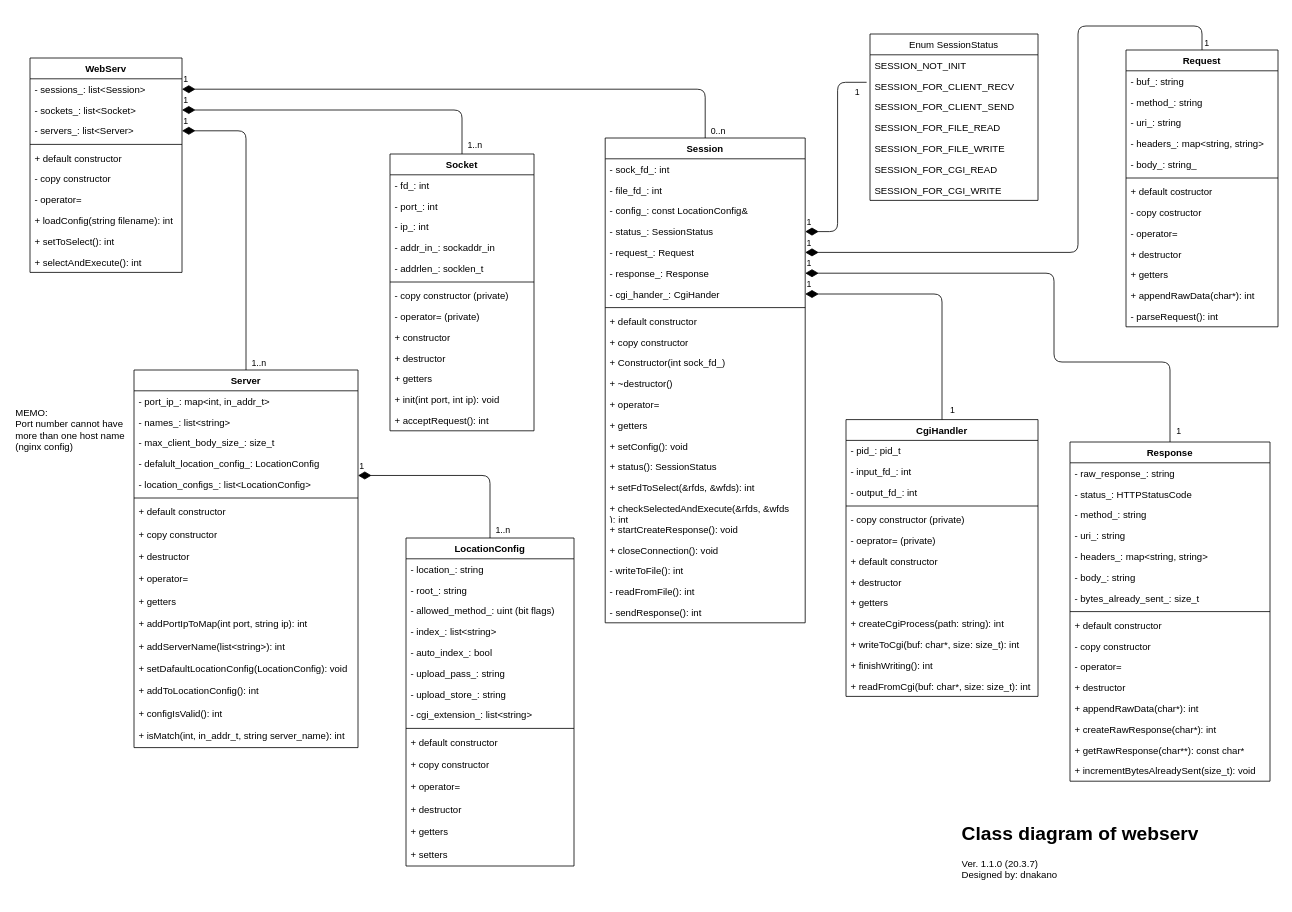
Earlier version of the draw.io diagram page "ページ1" (1 of 2) of arch/class.dio (dai65527/webserv). Source tidied: cells renumbered, new cells numbered last; positions are measured from the earlier drawing's top-left corner, leaving out a move shared by most shapes. Both pictures are drawn from the tidied source at 80%, with x=0, y=0 at pixel (14, 26).
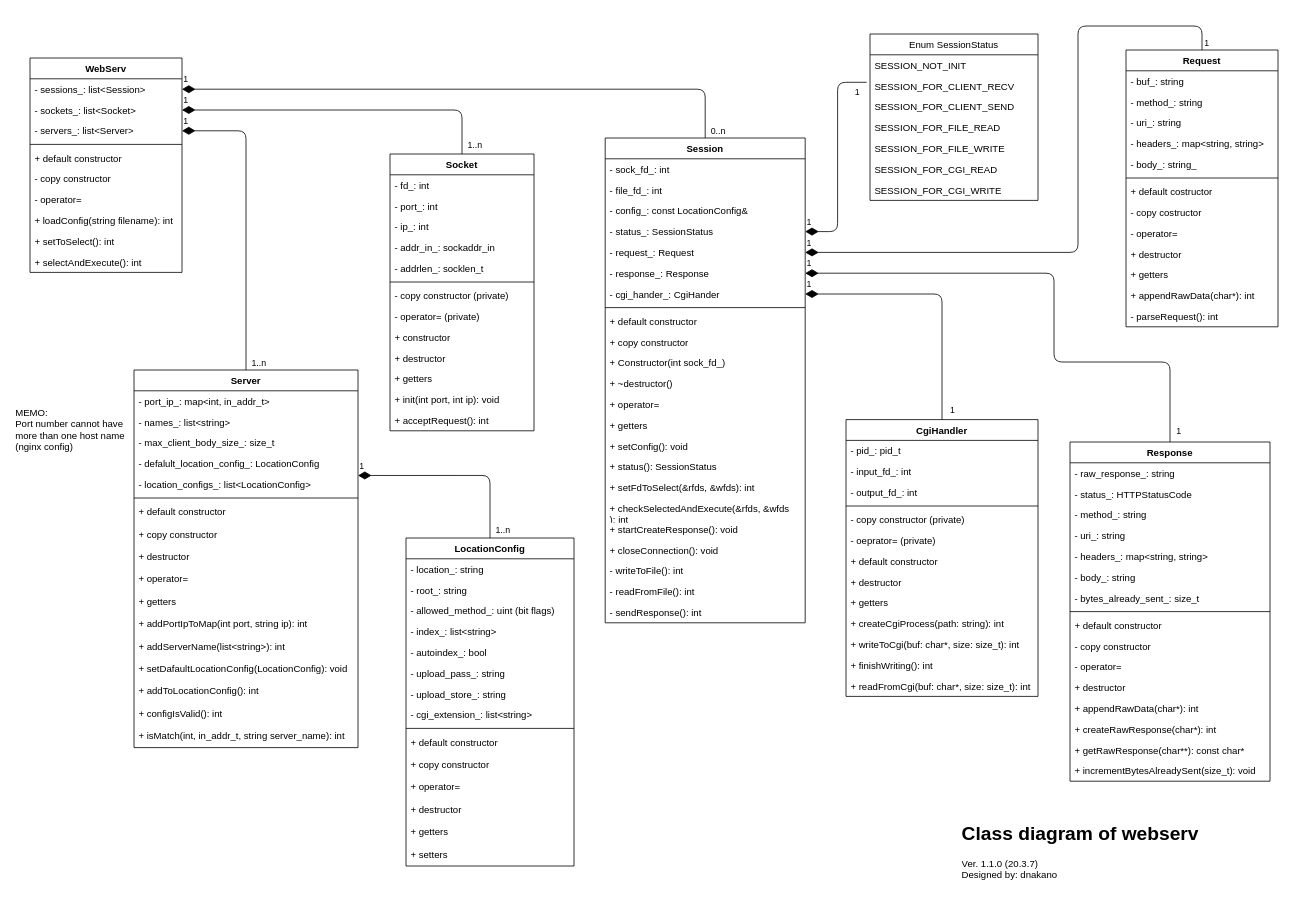
The same page after the edit.

The change refers to these unchanged cells:
```xml
<mxCell id="84" value="LocationConfig" style="swimlane;fontStyle=1;align=center;verticalAlign=top;horizontal=1;startSize=26;" parent="1" vertex="1">
  <mxGeometry x="490" y="640" width="210" height="410" as="geometry" />
</mxCell>
```

The edit, as a diff of the source:
```diff
@@
-    <mxCell id="89" value="- auto_index_: bool" style="text;strokeColor=none;fillColor=none;align=left;verticalAlign=top;spacingLeft=4;spacingRight=4;overflow=hidden;" parent="84" vertex="1">
+    <mxCell id="89" value="- autoindex_: bool" style="text;strokeColor=none;fillColor=none;align=left;verticalAlign=top;spacingLeft=4;spacingRight=4;overflow=hidden;" parent="84" vertex="1">
       <mxGeometry y="130" width="210" height="26" as="geometry" />
     </mxCell>
```
